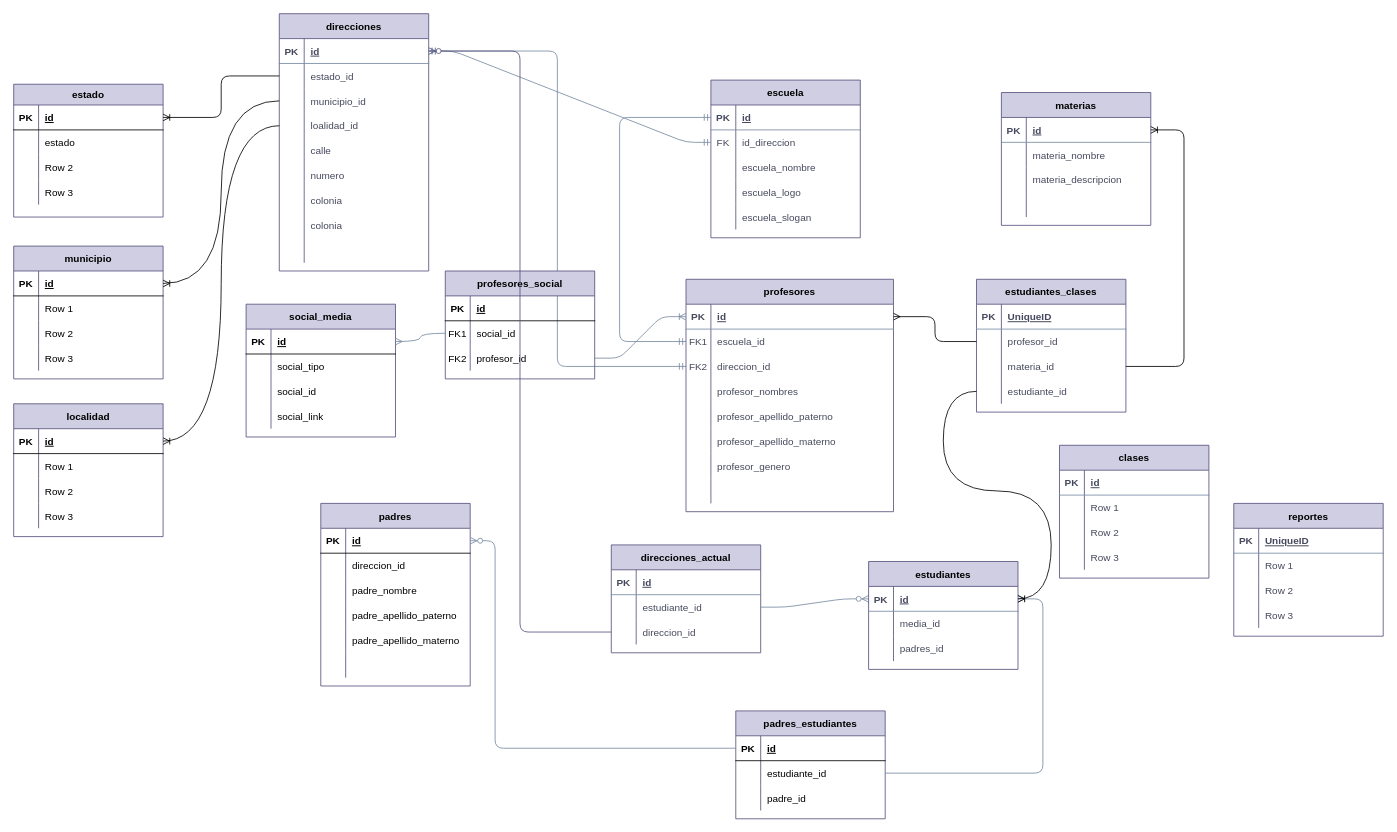
Earlier version of the draw.io diagram er_main.drawio (mateomtz199/er_normal). Source tidied: cells renumbered, new cells numbered last; positions are measured from the earlier drawing's top-left corner, leaving out a move shared by most shapes. Both pictures are drawn from the tidied source at 83%, with x=0, y=0 at pixel (13, 13).
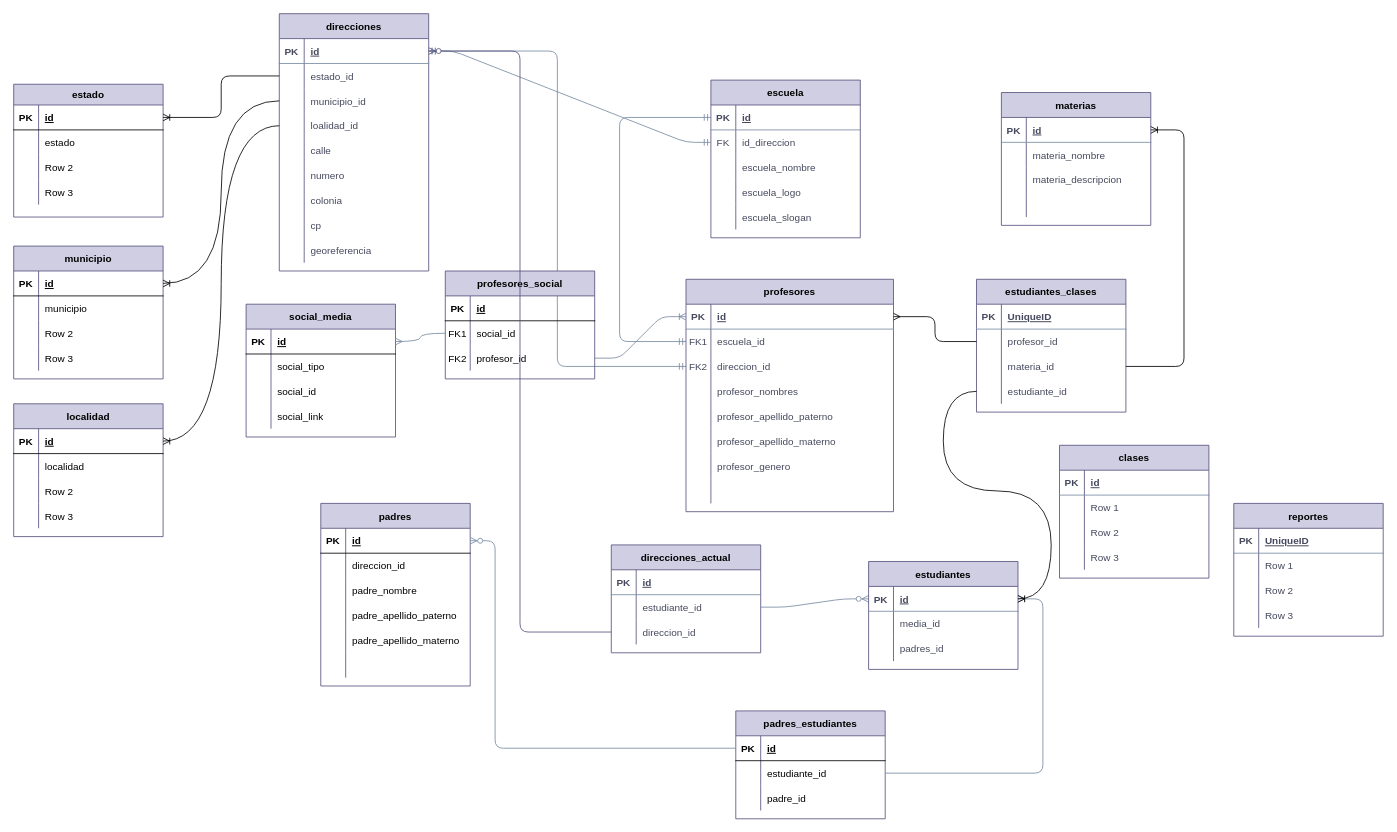
The same diagram, later.

Commit message:
Probando con Six

The change refers to these unchanged cells:
```xml
<mxCell id="69" style="shape=partialRectangle;fillColor=none;top=0;left=0;bottom=0;right=0;strokeColor=#788AA3;fontColor=#46495D;" parent="47" vertex="1">
  <mxGeometry y="240" width="180" height="30" as="geometry" />
</mxCell>
<mxCell id="72" style="shape=partialRectangle;fillColor=none;top=0;left=0;bottom=0;right=0;strokeColor=#788AA3;fontColor=#46495D;" parent="47" vertex="1">
  <mxGeometry y="270" width="180" height="30" as="geometry" />
</mxCell>
<mxCell id="161" style="shape=partialRectangle;fillColor=none;top=0;left=0;bottom=0;right=0;" parent="157" vertex="1">
  <mxGeometry y="60" width="180" height="30" as="geometry" />
</mxCell>
<mxCell id="238" style="shape=partialRectangle;fillColor=none;top=0;left=0;bottom=0;right=0;" parent="234" vertex="1">
  <mxGeometry y="60" width="180" height="30" as="geometry" />
</mxCell>
```

Diff of the diagram source:
```diff
@@
-    <mxCell id="71" value="colonia" style="shape=partialRectangle;fillColor=none;top=0;left=0;bottom=0;right=0;align=left;spacingLeft=6;overflow=hidden;strokeColor=#788AA3;fontColor=#46495D;" parent="69" vertex="1">
+    <mxCell id="71" value="cp" style="shape=partialRectangle;fillColor=none;top=0;left=0;bottom=0;right=0;align=left;spacingLeft=6;overflow=hidden;strokeColor=#788AA3;fontColor=#46495D;" parent="69" vertex="1">
       <mxGeometry x="30" width="150" height="30" as="geometry" />
     </mxCell>
@@
-    <mxCell id="74" style="shape=partialRectangle;fillColor=none;top=0;left=0;bottom=0;right=0;align=left;spacingLeft=6;overflow=hidden;strokeColor=#788AA3;fontColor=#46495D;" parent="72" vertex="1">
+    <mxCell id="74" value="georeferencia" style="shape=partialRectangle;fillColor=none;top=0;left=0;bottom=0;right=0;align=left;spacingLeft=6;overflow=hidden;strokeColor=#788AA3;fontColor=#46495D;" parent="72" vertex="1">
       <mxGeometry x="30" width="150" height="30" as="geometry" />
     </mxCell>
@@
-    <mxCell id="163" value="Row 1" style="shape=partialRectangle;fillColor=none;top=0;left=0;bottom=0;right=0;align=left;spacingLeft=6;overflow=hidden;" parent="161" vertex="1">
+    <mxCell id="163" value="municipio" style="shape=partialRectangle;fillColor=none;top=0;left=0;bottom=0;right=0;align=left;spacingLeft=6;overflow=hidden;" parent="161" vertex="1">
       <mxGeometry x="30" width="150" height="30" as="geometry" />
     </mxCell>
@@
-    <mxCell id="240" value="Row 1" style="shape=partialRectangle;fillColor=none;top=0;left=0;bottom=0;right=0;align=left;spacingLeft=6;overflow=hidden;" parent="238" vertex="1">
+    <mxCell id="240" value="localidad" style="shape=partialRectangle;fillColor=none;top=0;left=0;bottom=0;right=0;align=left;spacingLeft=6;overflow=hidden;" parent="238" vertex="1">
       <mxGeometry x="30" width="150" height="30" as="geometry" />
     </mxCell>
```
